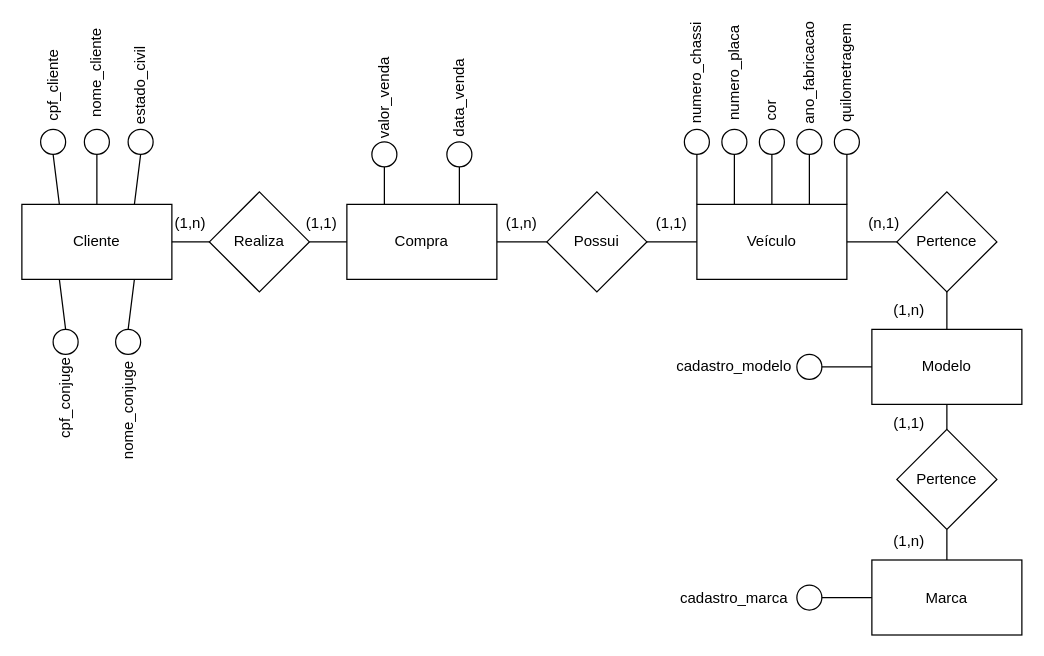
Above: Lista2_04-04/Ex1.drawio in andreeeeeeeee/Engenharia_Software (draw.io), before the change. Source tidied: cells renumbered, new cells numbered last; positions are measured from the earlier drawing's top-left corner, leaving out a move shared by most shapes. Both pictures are drawn from the tidied source at 125%, with x=0, y=0 at pixel (15, 54).
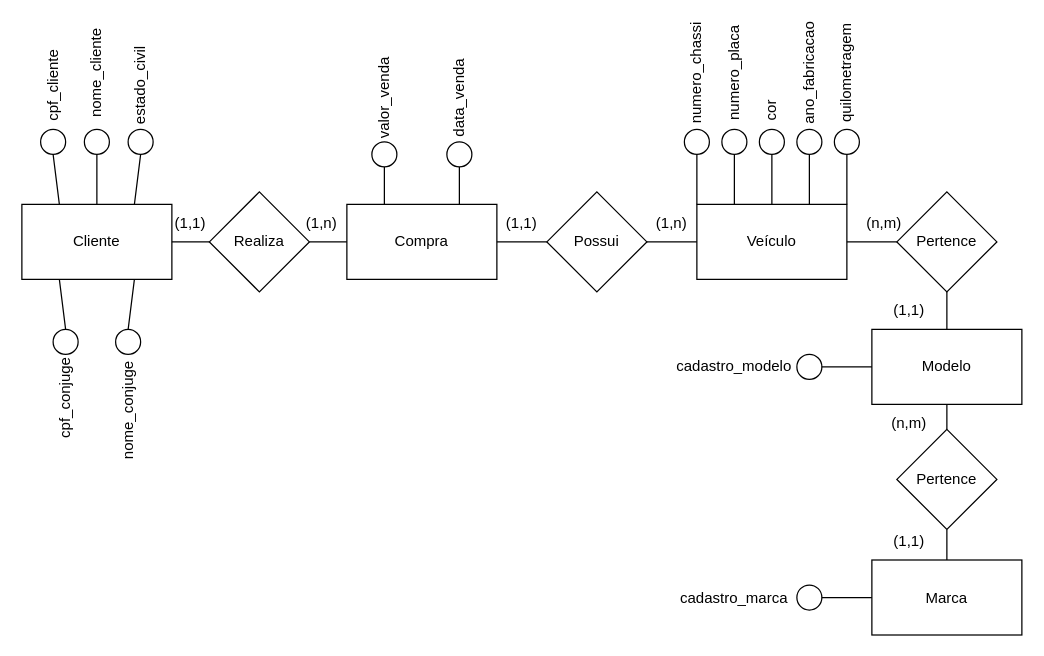
Above is the later version.

Change to the diagram source:
```diff
@@
-    <mxCell id="61" value="(1,n)" style="text;html=1;strokeColor=none;fillColor=none;align=center;verticalAlign=middle;whiteSpace=wrap;rounded=0;" parent="1" vertex="1">
+    <mxCell id="61" value="(1,1)" style="text;html=1;strokeColor=none;fillColor=none;align=center;verticalAlign=middle;whiteSpace=wrap;rounded=0;" parent="1" vertex="1">
       <mxGeometry x="110" y="120" width="60" height="30" as="geometry" />
     </mxCell>
-    <mxCell id="62" value="(1,1)" style="text;html=1;strokeColor=none;fillColor=none;align=center;verticalAlign=middle;whiteSpace=wrap;rounded=0;" parent="1" vertex="1">
+    <mxCell id="62" value="(1,n)" style="text;html=1;strokeColor=none;fillColor=none;align=center;verticalAlign=middle;whiteSpace=wrap;rounded=0;" parent="1" vertex="1">
       <mxGeometry x="215" y="120" width="60" height="30" as="geometry" />
     </mxCell>
-    <mxCell id="63" value="(1,n)" style="text;html=1;strokeColor=none;fillColor=none;align=center;verticalAlign=middle;whiteSpace=wrap;rounded=0;" parent="1" vertex="1">
+    <mxCell id="63" value="(1,1)" style="text;html=1;strokeColor=none;fillColor=none;align=center;verticalAlign=middle;whiteSpace=wrap;rounded=0;" parent="1" vertex="1">
       <mxGeometry x="375" y="120" width="60" height="30" as="geometry" />
     </mxCell>
-    <mxCell id="64" value="(1,1)" style="text;html=1;strokeColor=none;fillColor=none;align=center;verticalAlign=middle;whiteSpace=wrap;rounded=0;" parent="1" vertex="1">
+    <mxCell id="64" value="(1,n)" style="text;html=1;strokeColor=none;fillColor=none;align=center;verticalAlign=middle;whiteSpace=wrap;rounded=0;" parent="1" vertex="1">
       <mxGeometry x="495" y="120" width="60" height="30" as="geometry" />
     </mxCell>
-    <mxCell id="65" value="(n,1)" style="text;html=1;strokeColor=none;fillColor=none;align=center;verticalAlign=middle;whiteSpace=wrap;rounded=0;" parent="1" vertex="1">
+    <mxCell id="65" value="(n,m)" style="text;html=1;strokeColor=none;fillColor=none;align=center;verticalAlign=middle;whiteSpace=wrap;rounded=0;" parent="1" vertex="1">
       <mxGeometry x="665" y="120" width="60" height="30" as="geometry" />
     </mxCell>
-    <mxCell id="66" value="&lt;div&gt;(1,n)&lt;/div&gt;" style="text;html=1;strokeColor=none;fillColor=none;align=center;verticalAlign=middle;whiteSpace=wrap;rounded=0;" parent="1" vertex="1">
+    <mxCell id="66" value="&lt;div&gt;(1,1)&lt;/div&gt;" style="text;html=1;strokeColor=none;fillColor=none;align=center;verticalAlign=middle;whiteSpace=wrap;rounded=0;" parent="1" vertex="1">
       <mxGeometry x="685" y="190" width="60" height="30" as="geometry" />
     </mxCell>
-    <mxCell id="67" value="(1,1)" style="text;html=1;strokeColor=none;fillColor=none;align=center;verticalAlign=middle;whiteSpace=wrap;rounded=0;" parent="1" vertex="1">
+    <mxCell id="67" value="(n,m)" style="text;html=1;strokeColor=none;fillColor=none;align=center;verticalAlign=middle;whiteSpace=wrap;rounded=0;" parent="1" vertex="1">
       <mxGeometry x="685" y="280" width="60" height="30" as="geometry" />
     </mxCell>
-    <mxCell id="68" value="(1,n)" style="text;html=1;strokeColor=none;fillColor=none;align=center;verticalAlign=middle;whiteSpace=wrap;rounded=0;" parent="1" vertex="1">
+    <mxCell id="68" value="(1,1)" style="text;html=1;strokeColor=none;fillColor=none;align=center;verticalAlign=middle;whiteSpace=wrap;rounded=0;" parent="1" vertex="1">
       <mxGeometry x="685" y="375" width="60" height="30" as="geometry" />
     </mxCell>
```
